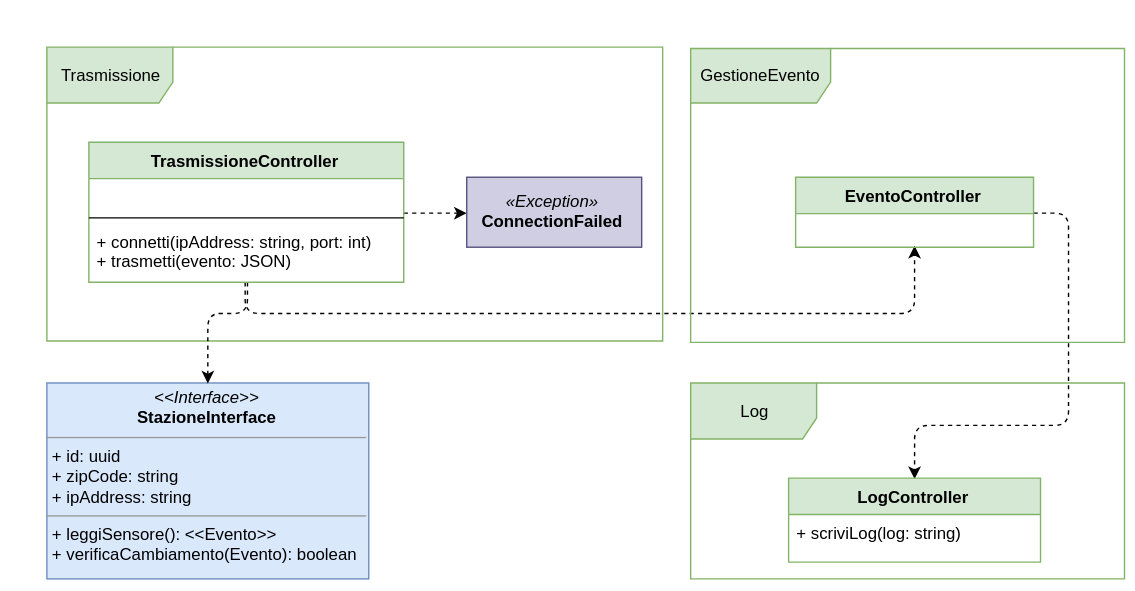
This is resources/ProgettazioneDettaglio_TrasmissioneLog.svg from Leaaaf/weatherment.io, a draw.io export, as it was before one commit. Source tidied: cells renumbered, new cells last; positions are measured from the earlier drawing's top-left corner, leaving out a move shared by most shapes. The source it was exported from:
```xml
<mxGraphModel>
  <root>
    <mxCell id="0" />
    <mxCell id="1" parent="0" />
    <mxCell id="2" value="Trasmissione" style="shape=umlFrame;whiteSpace=wrap;html=1;width=90;height=40;fillColor=#d5e8d4;strokeColor=#82b366;" parent="1" vertex="1">
      <mxGeometry width="440" height="210" as="geometry" />
    </mxCell>
    <mxCell id="3" value="&lt;p style=&quot;margin: 0px ; margin-top: 4px ; text-align: center&quot;&gt;&lt;i&gt;&amp;lt;&amp;lt;Interface&amp;gt;&amp;gt;&lt;/i&gt;&lt;br&gt;&lt;b&gt;StazioneInterface&lt;/b&gt;&lt;/p&gt;&lt;hr size=&quot;1&quot;&gt;&lt;p style=&quot;margin: 0px ; margin-left: 4px&quot;&gt;+ id: uuid&lt;/p&gt;&lt;p style=&quot;margin: 0px ; margin-left: 4px&quot;&gt;+ zipCode: string&lt;/p&gt;&lt;p style=&quot;margin: 0px ; margin-left: 4px&quot;&gt;+ ipAddress: string&amp;nbsp;&lt;/p&gt;&lt;hr size=&quot;1&quot;&gt;&lt;p style=&quot;margin: 0px ; margin-left: 4px&quot;&gt;+ leggiSensore(): &amp;lt;&amp;lt;Evento&amp;gt;&amp;gt;&lt;br&gt;+ verificaCambiamento(Evento): boolean&lt;/p&gt;" style="verticalAlign=top;align=left;overflow=fill;fontSize=12;fontFamily=Helvetica;html=1;fillColor=#dae8fc;strokeColor=#6c8ebf;" parent="1" vertex="1">
      <mxGeometry y="240" width="230" height="140" as="geometry" />
    </mxCell>
    <mxCell id="4" style="edgeStyle=orthogonalEdgeStyle;rounded=1;jettySize=auto;html=1;entryX=0;entryY=0.5;entryDx=0;entryDy=0;dashed=1;" parent="1" edge="1" source="7" target="11">
      <mxGeometry relative="1" as="geometry" />
    </mxCell>
    <mxCell id="5" style="edgeStyle=orthogonalEdgeStyle;rounded=1;jettySize=auto;html=1;entryX=0.5;entryY=0;entryDx=0;entryDy=0;dashed=1;" parent="1" edge="1" source="7" target="3">
      <mxGeometry relative="1" as="geometry">
        <Array as="points">
          <mxPoint x="143" y="190" />
          <mxPoint x="115" y="190" />
        </Array>
      </mxGeometry>
    </mxCell>
    <mxCell id="6" style="edgeStyle=orthogonalEdgeStyle;rounded=1;jettySize=auto;html=1;entryX=0.501;entryY=0.98;entryDx=0;entryDy=0;dashed=1;entryPerimeter=0;" parent="1" edge="1" source="7" target="15">
      <mxGeometry relative="1" as="geometry">
        <Array as="points">
          <mxPoint x="142" y="190" />
          <mxPoint x="620" y="190" />
        </Array>
      </mxGeometry>
    </mxCell>
    <mxCell id="7" value="TrasmissioneController" style="swimlane;fontStyle=1;align=center;verticalAlign=top;horizontal=1;startSize=26;fillColor=#d5e8d4;strokeColor=#82b366;" parent="1" vertex="1">
      <mxGeometry x="30" y="68" width="225" height="100" as="geometry" />
    </mxCell>
    <mxCell id="8" value=" " style="text;strokeColor=none;fillColor=none;align=left;verticalAlign=top;spacingLeft=4;spacingRight=4;overflow=hidden;" parent="7" vertex="1">
      <mxGeometry y="26" width="225" height="24" as="geometry" />
    </mxCell>
    <mxCell id="9" style="line;strokeWidth=1;fillColor=none;align=left;verticalAlign=middle;spacingTop=-1;spacingLeft=3;spacingRight=3;labelPosition=right;" parent="7" vertex="1">
      <mxGeometry y="50" width="225" height="8" as="geometry" />
    </mxCell>
    <mxCell id="10" value="+ connetti(ipAddress: string, port: int)&#10;+ trasmetti(evento: JSON)&#10;" style="text;strokeColor=none;fillColor=none;align=left;verticalAlign=top;spacingLeft=4;spacingRight=4;overflow=hidden;" parent="7" vertex="1">
      <mxGeometry y="58" width="225" height="42" as="geometry" />
    </mxCell>
    <mxCell id="11" value="&lt;i&gt;«Exception»&lt;br&gt;&lt;/i&gt;&lt;b&gt;ConnectionFailed&lt;/b&gt;" style="html=1;fillColor=#d0cee2;strokeColor=#56517e;" parent="1" vertex="1">
      <mxGeometry x="300" y="93" width="125" height="50" as="geometry" />
    </mxCell>
    <mxCell id="12" value="GestioneEvento" style="shape=umlFrame;whiteSpace=wrap;html=1;width=100;height=39;fillColor=#d5e8d4;strokeColor=#82b366;" parent="1" vertex="1">
      <mxGeometry x="460" y="1" width="310" height="210" as="geometry" />
    </mxCell>
    <mxCell id="13" style="edgeStyle=orthogonalEdgeStyle;rounded=1;jettySize=auto;html=1;entryX=0.5;entryY=0;entryDx=0;entryDy=0;dashed=1;" parent="1" edge="1" source="14" target="17">
      <mxGeometry relative="1" as="geometry">
        <Array as="points">
          <mxPoint x="730" y="119" />
          <mxPoint x="730" y="270" />
          <mxPoint x="620" y="270" />
        </Array>
      </mxGeometry>
    </mxCell>
    <mxCell id="14" value="EventoController" style="swimlane;fontStyle=1;align=center;verticalAlign=top;horizontal=1;startSize=26;fillColor=#d5e8d4;strokeColor=#82b366;" parent="1" vertex="1">
      <mxGeometry x="535" y="93" width="170" height="50" as="geometry" />
    </mxCell>
    <mxCell id="15" value=" " style="text;strokeColor=none;fillColor=none;align=left;verticalAlign=top;spacingLeft=4;spacingRight=4;overflow=hidden;points=[[0,0.5],[1,0.5]];portConstraint=eastwest;" parent="14" vertex="1">
      <mxGeometry y="26" width="170" height="24" as="geometry" />
    </mxCell>
    <mxCell id="16" value="Log" style="shape=umlFrame;whiteSpace=wrap;html=1;width=90;height=40;fillColor=#d5e8d4;strokeColor=#82b366;" parent="1" vertex="1">
      <mxGeometry x="460" y="240" width="310" height="140" as="geometry" />
    </mxCell>
    <mxCell id="17" value="LogController" style="swimlane;fontStyle=1;align=center;verticalAlign=top;horizontal=1;startSize=26;fillColor=#d5e8d4;strokeColor=#82b366;" parent="1" vertex="1">
      <mxGeometry x="530" y="308" width="180" height="60" as="geometry" />
    </mxCell>
    <mxCell id="18" value="+ scriviLog(log: string)" style="text;strokeColor=none;fillColor=none;align=left;verticalAlign=top;spacingLeft=4;spacingRight=4;overflow=hidden;" parent="17" vertex="1">
      <mxGeometry y="26" width="180" height="34" as="geometry" />
    </mxCell>
  </root>
</mxGraphModel>
```
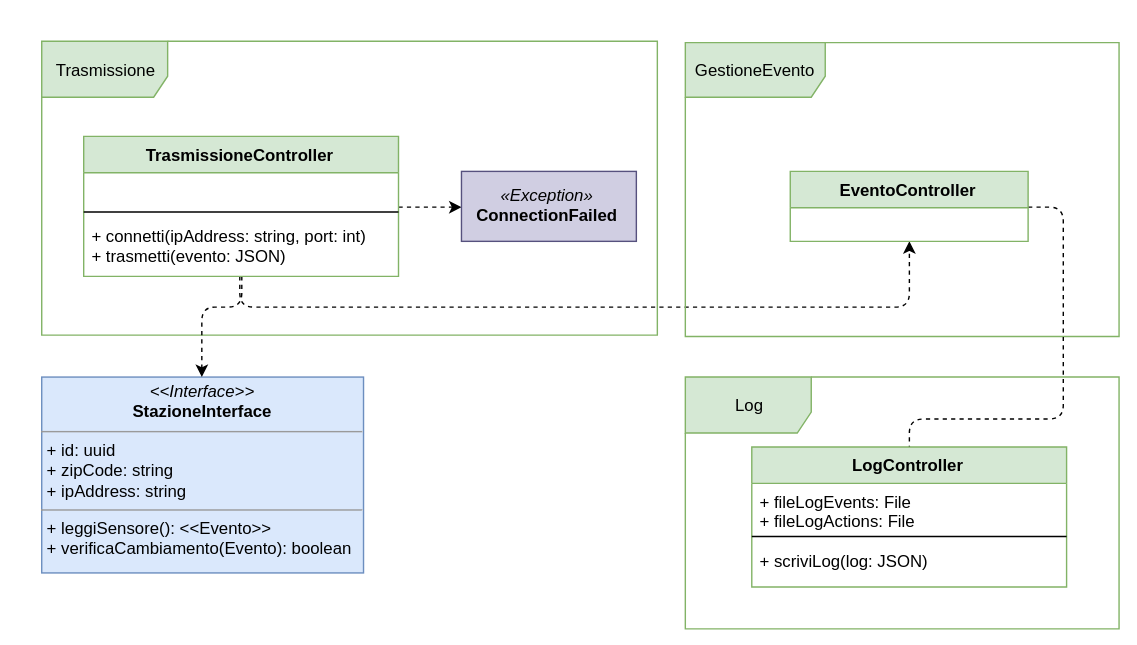
After the commit.

Commit message:
Changes to log graphics

The edit, as a diff of the source:
```diff
@@ -45,8 +45,9 @@
     <mxCell id="12" value="GestioneEvento" style="shape=umlFrame;whiteSpace=wrap;html=1;width=100;height=39;fillColor=#d5e8d4;strokeColor=#82b366;" parent="1" vertex="1">
       <mxGeometry x="460" y="1" width="310" height="210" as="geometry" />
     </mxCell>
-    <mxCell id="13" style="edgeStyle=orthogonalEdgeStyle;rounded=1;jettySize=auto;html=1;entryX=0.5;entryY=0;entryDx=0;entryDy=0;dashed=1;" parent="1" edge="1" source="14" target="17">
+    <mxCell id="13" style="edgeStyle=orthogonalEdgeStyle;rounded=1;jettySize=auto;html=1;entryX=0.5;entryY=0;entryDx=0;entryDy=0;dashed=1;" parent="1" edge="1" source="14">
       <mxGeometry relative="1" as="geometry">
+        <mxPoint x="620" y="308" as="targetPoint" />
         <Array as="points">
           <mxPoint x="730" y="119" />
           <mxPoint x="730" y="270" />
@@ -61,13 +62,19 @@
       <mxGeometry y="26" width="170" height="24" as="geometry" />
     </mxCell>
     <mxCell id="16" value="Log" style="shape=umlFrame;whiteSpace=wrap;html=1;width=90;height=40;fillColor=#d5e8d4;strokeColor=#82b366;" parent="1" vertex="1">
-      <mxGeometry x="460" y="240" width="310" height="140" as="geometry" />
+      <mxGeometry x="460" y="240" width="310" height="180" as="geometry" />
     </mxCell>
     <mxCell id="17" value="LogController" style="swimlane;fontStyle=1;align=center;verticalAlign=top;horizontal=1;startSize=26;fillColor=#d5e8d4;strokeColor=#82b366;" parent="1" vertex="1">
-      <mxGeometry x="530" y="308" width="180" height="60" as="geometry" />
+      <mxGeometry x="507.5" y="290" width="225" height="100" as="geometry" />
     </mxCell>
-    <mxCell id="18" value="+ scriviLog(log: string)" style="text;strokeColor=none;fillColor=none;align=left;verticalAlign=top;spacingLeft=4;spacingRight=4;overflow=hidden;" parent="17" vertex="1">
-      <mxGeometry y="26" width="180" height="34" as="geometry" />
-    </mxCell>
+    <mxCell id="19" value="+ fileLogEvents: File&#10;+ fileLogActions: File&#10;" style="text;strokeColor=none;fillColor=none;align=left;verticalAlign=top;spacingLeft=4;spacingRight=4;overflow=hidden;" parent="17" vertex="1">
+      <mxGeometry y="26" width="225" height="34" as="geometry" />
+    </mxCell>
+    <mxCell id="20" style="line;strokeWidth=1;fillColor=none;align=left;verticalAlign=middle;spacingTop=-1;spacingLeft=3;spacingRight=3;labelPosition=right;" parent="17" vertex="1">
+      <mxGeometry y="60" width="225" height="8" as="geometry" />
+    </mxCell>
+    <mxCell id="21" value="+ scriviLog(log: JSON)&#10;" style="text;strokeColor=none;fillColor=none;align=left;verticalAlign=top;spacingLeft=4;spacingRight=4;overflow=hidden;" parent="17" vertex="1">
+      <mxGeometry y="68" width="225" height="32" as="geometry" />
+    </mxCell>
   </root>
 </mxGraphModel>
```
